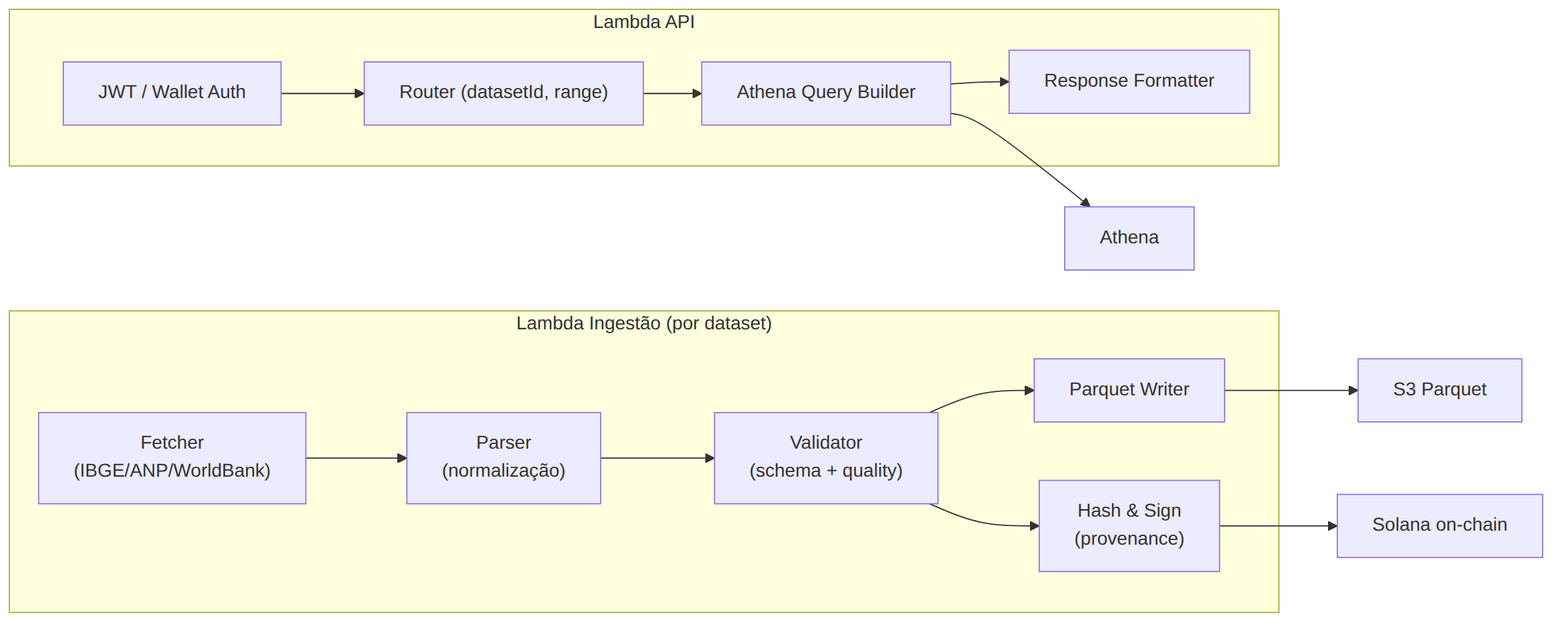
Before: docs/architecture/img/c4-level3-components.png, a diagram exported from Mermaid (cesschneider/colosseum-hackathon). Its source is kept beside it as docs/architecture/img/c4-level3-components.mmd. Source of this version:
```mermaid
flowchart LR
    subgraph IngestLambda["Lambda Ingestão (por dataset)"]
        Fetch["Fetcher<br/>(IBGE/ANP/WorldBank)"]
        Parse["Parser<br/>(normalização)"]
        Validate["Validator<br/>(schema + quality)"]
        Write["Parquet Writer"]
        Hash["Hash & Sign<br/>(provenance)"]
    end

    Fetch --> Parse --> Validate --> Write
    Write --> S3["S3 Parquet"]
    Validate --> Hash --> Chain["Solana on-chain"]

    subgraph ApiLambda["Lambda API"]
        Auth["JWT / Wallet Auth"]
        Router["Router (datasetId, range)"]
        Query["Athena Query Builder"]
        Formatter["Response Formatter"]
    end

    Auth --> Router --> Query --> Formatter
    Query --> Athena["Athena"]
```
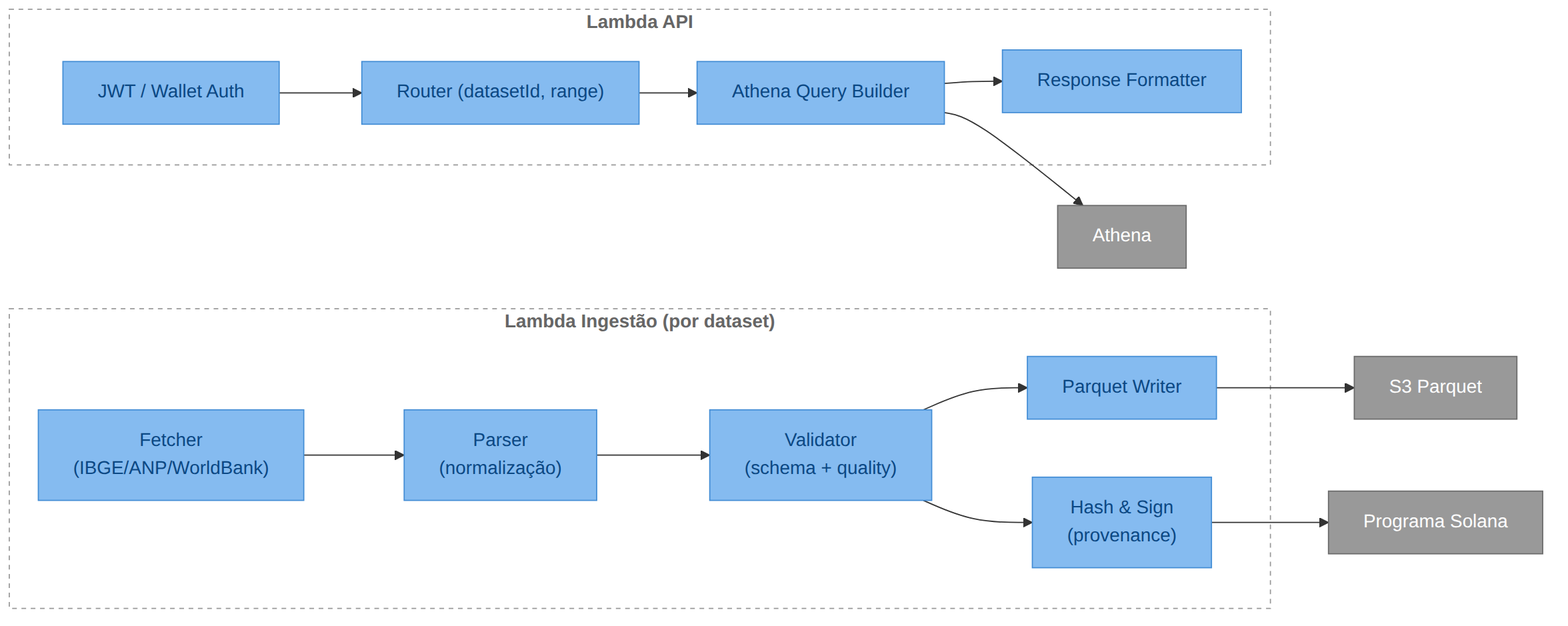
The same diagram one commit later.

Commit message:
docs(architecture): Artefato @architect (programa Anchor) + diagramas C4 estilizados e PNGs regenerados

The edit, as a diff of the source:
```diff
@@ -1,4 +1,8 @@
 flowchart LR
+    classDef comp fill:#85BBF0,color:#0B4884,stroke:#438DD5,stroke-width:1px
+    classDef ext fill:#999999,color:#fff,stroke:#6B6B6B,stroke-width:1px
+    classDef bound fill:none,color:#666,stroke:#999,stroke-dasharray:4 4,font-weight:bold
+
     subgraph IngestLambda["Lambda Ingestão (por dataset)"]
         Fetch["Fetcher<br/>(IBGE/ANP/WorldBank)"]
         Parse["Parser<br/>(normalização)"]
@@ -9,7 +13,7 @@
 
     Fetch --> Parse --> Validate --> Write
     Write --> S3["S3 Parquet"]
-    Validate --> Hash --> Chain["Solana on-chain"]
+    Validate --> Hash --> Chain["Programa Solana"]
 
     subgraph ApiLambda["Lambda API"]
         Auth["JWT / Wallet Auth"]
@@ -20,3 +24,7 @@
 
     Auth --> Router --> Query --> Formatter
     Query --> Athena["Athena"]
+
+    class Fetch,Parse,Validate,Write,Hash,Auth,Router,Query,Formatter comp
+    class S3,Chain,Athena ext
+    class IngestLambda,ApiLambda bound
```
